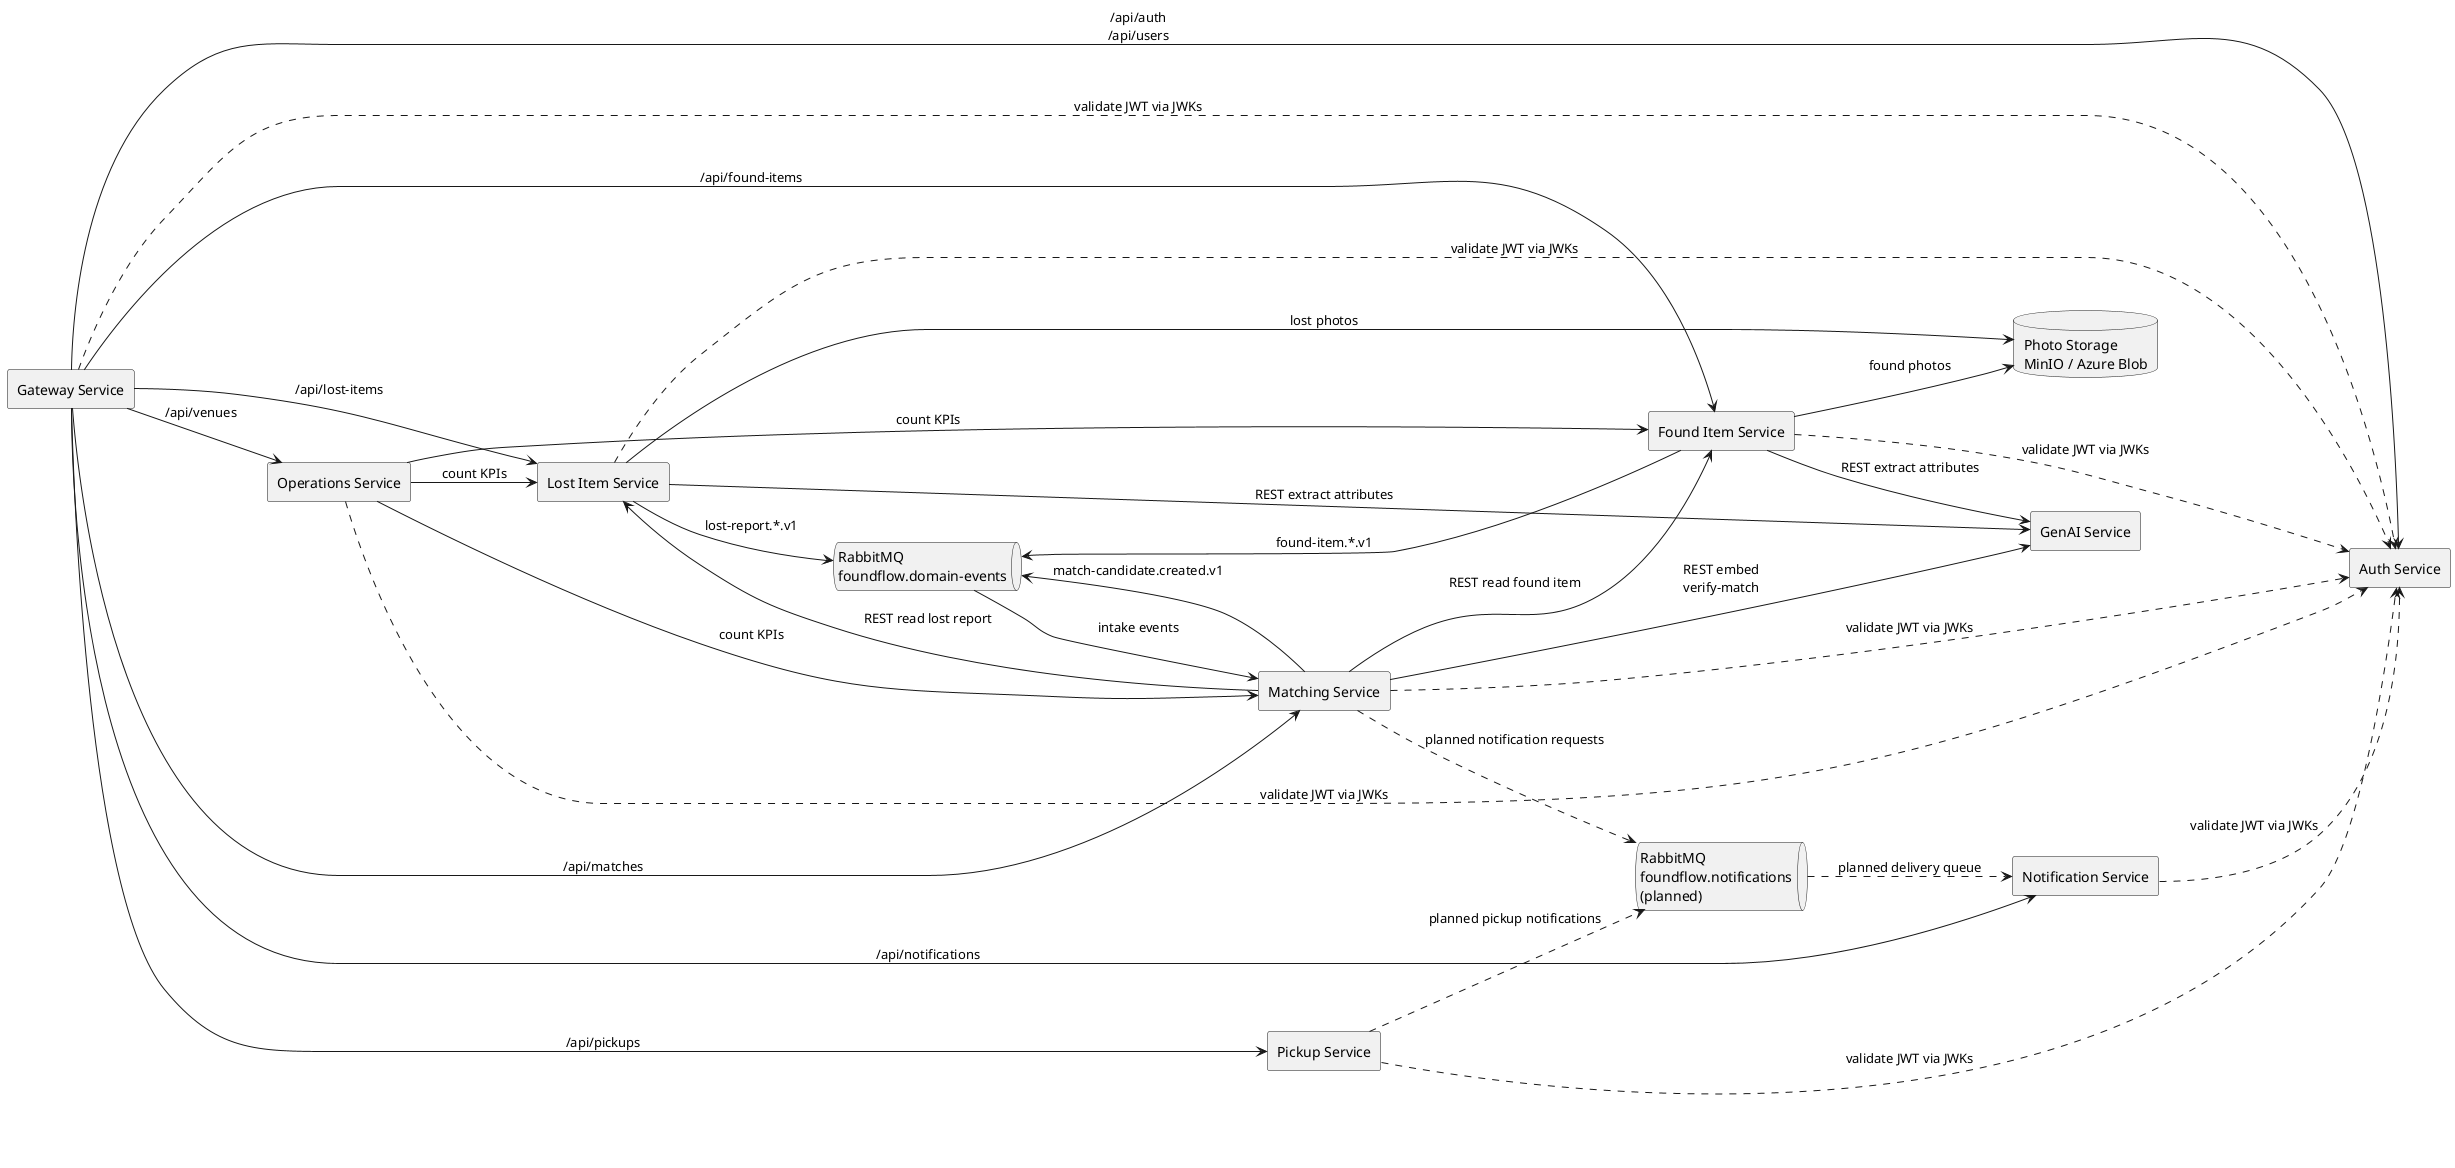
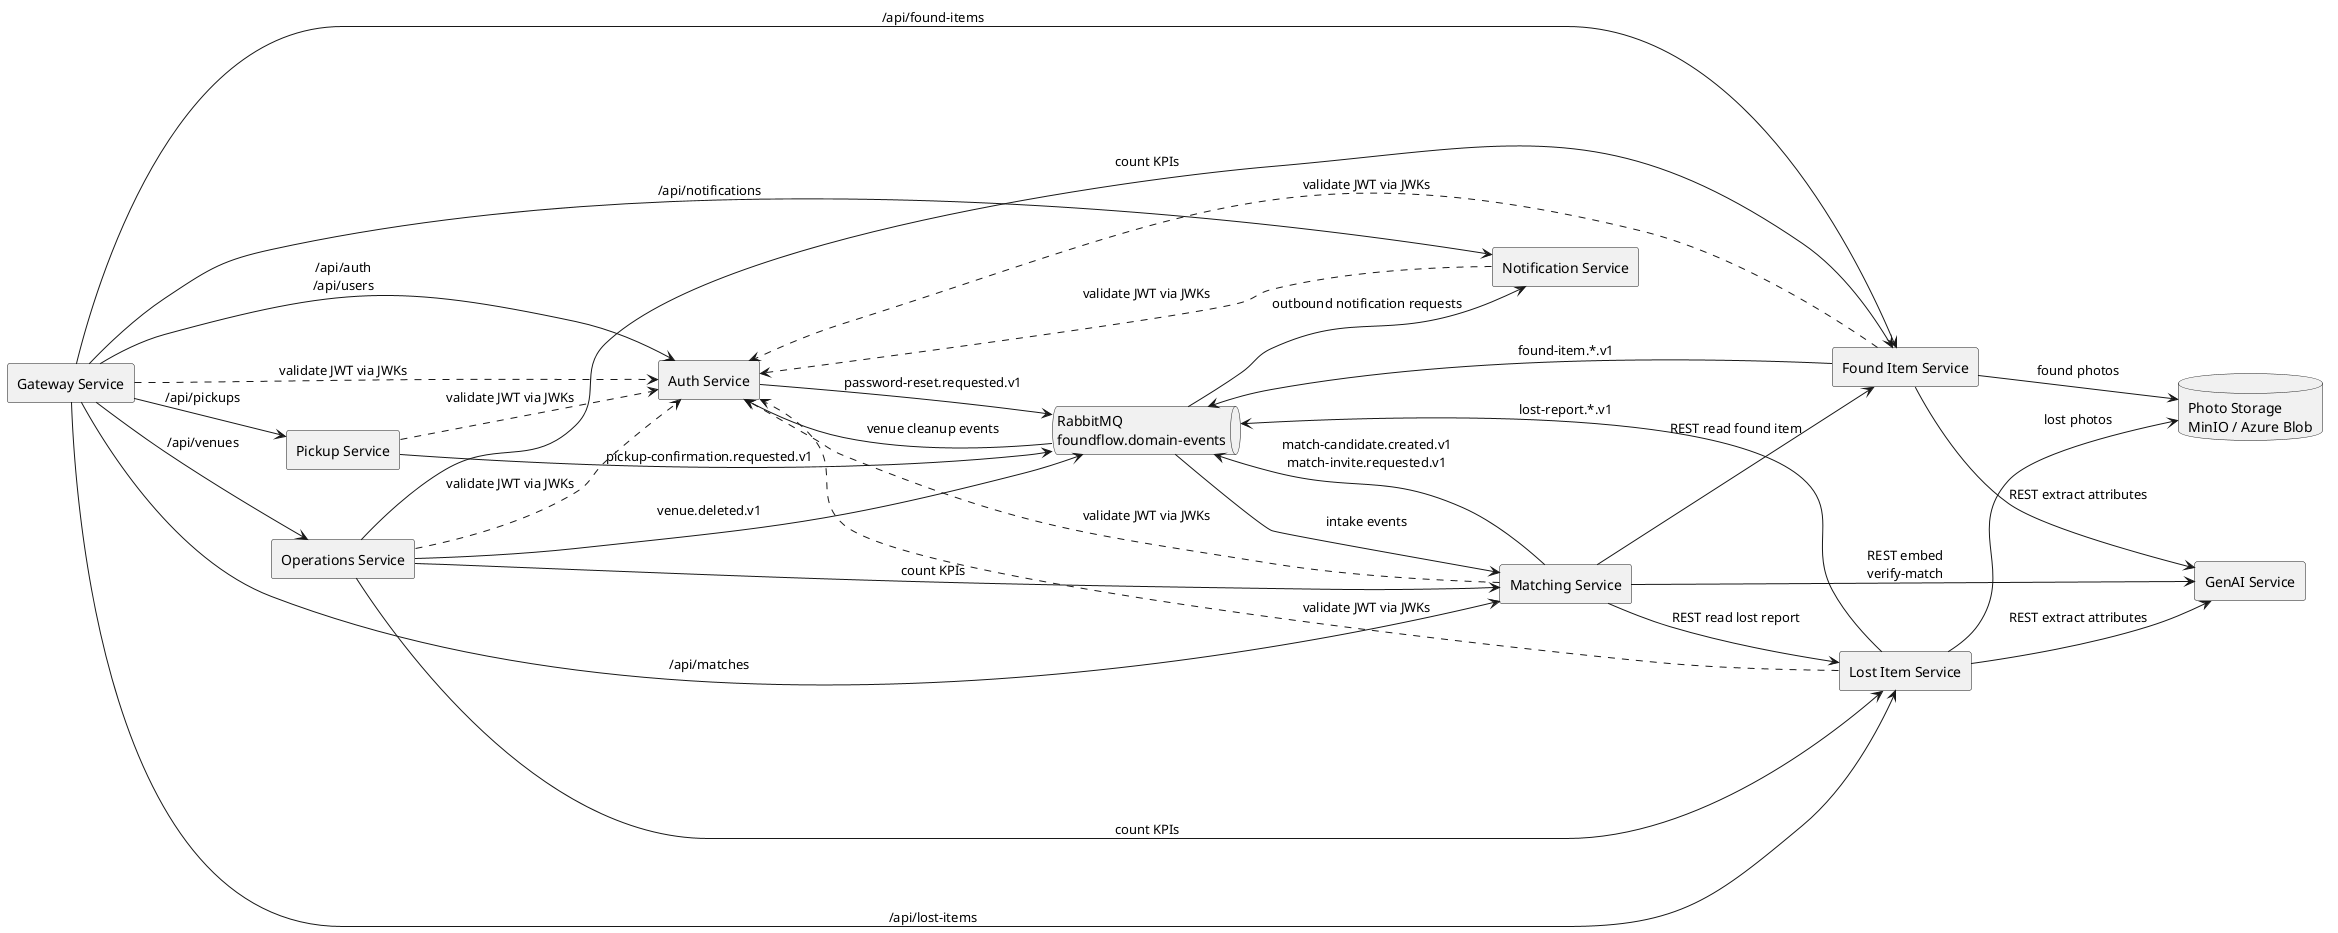
@startuml
skinparam componentStyle rectangle
skinparam packageStyle rectangle
left to right direction

[Gateway Service] as Gateway
[Auth Service] as Auth
[Lost Item Service] as Lost
[Found Item Service] as Found
[Matching Service] as Matching
[Notification Service] as Notification
[Operations Service] as Operations
[Pickup Service] as Pickup
[GenAI Service] as GenAIService

queue "RabbitMQ\nfoundflow.domain-events" as Rabbit
- queue "RabbitMQ\nfoundflow.notifications\n(planned)" as NotificationRabbit
database "Photo Storage\nMinIO / Azure Blob" as Photos

Gateway --> Auth : /api/auth\n/api/users
Gateway --> Lost : /api/lost-items
Gateway --> Found : /api/found-items
Gateway --> Matching : /api/matches
Gateway --> Notification : /api/notifications
Gateway --> Operations : /api/venues
Gateway --> Pickup : /api/pickups

Lost --> Photos : lost photos
Found --> Photos : found photos

Lost --> GenAIService : REST extract attributes
Found --> GenAIService : REST extract attributes
Matching --> GenAIService : REST embed\nverify-match

Lost --> Rabbit : lost-report.*.v1
Found --> Rabbit : found-item.*.v1
Rabbit --> Matching : intake events
- Matching --> Rabbit : match-candidate.created.v1
+ Matching --> Rabbit : match-candidate.created.v1\nmatch-invite.requested.v1
+ Pickup --> Rabbit : pickup-confirmation.requested.v1
+ Auth --> Rabbit : password-reset.requested.v1
+ Operations --> Rabbit : venue.deleted.v1

Matching --> Lost : REST read lost report
Matching --> Found : REST read found item

Operations --> Lost : count KPIs
Operations --> Found : count KPIs
Operations --> Matching : count KPIs

- Matching ..> NotificationRabbit : planned notification requests
- Pickup ..> NotificationRabbit : planned pickup notifications
- NotificationRabbit ..> Notification : planned delivery queue
+ Rabbit --> Notification : outbound notification requests
+ Rabbit --> Auth : venue cleanup events

Gateway ..> Auth : validate JWT via JWKs
Lost ..> Auth : validate JWT via JWKs
Found ..> Auth : validate JWT via JWKs
Matching ..> Auth : validate JWT via JWKs
Notification ..> Auth : validate JWT via JWKs
Operations ..> Auth : validate JWT via JWKs
Pickup ..> Auth : validate JWT via JWKs
@enduml
